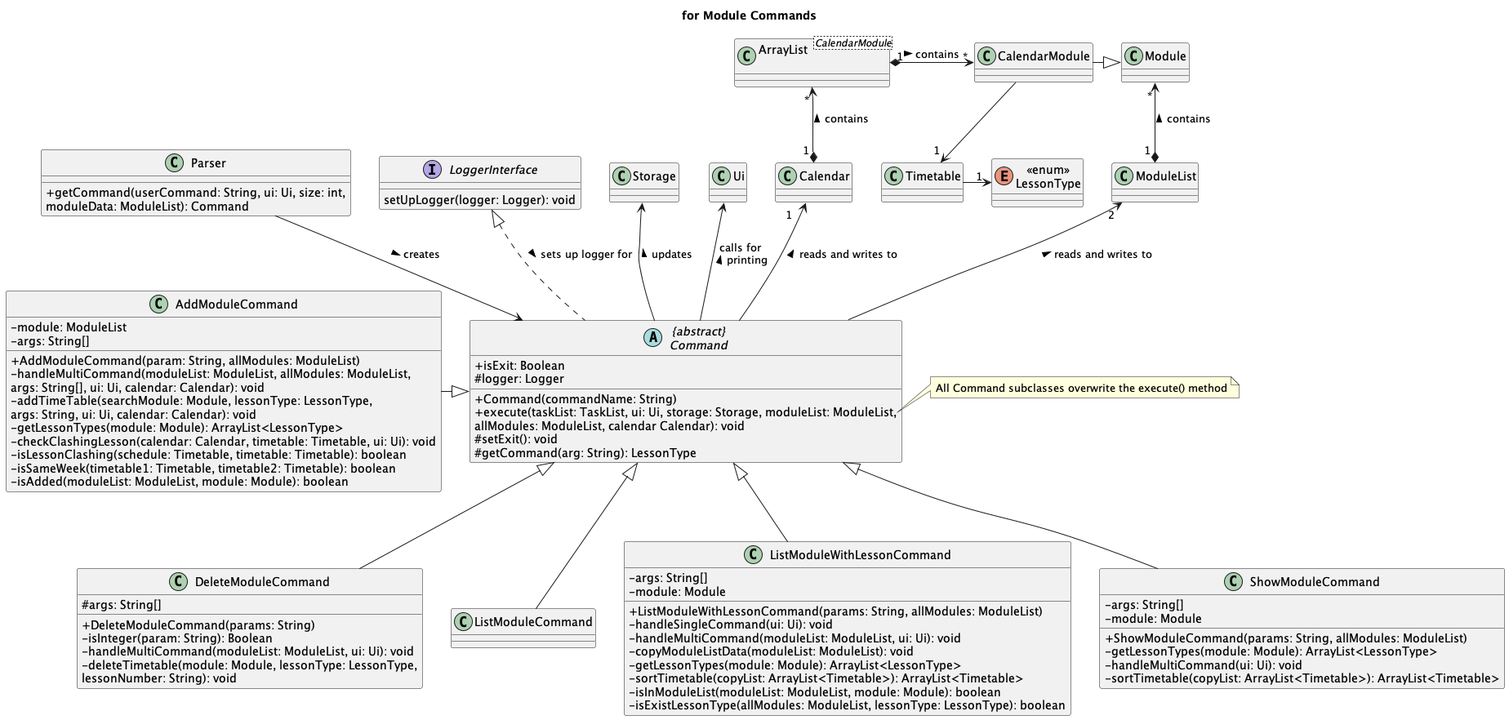
Before: docs/uml-diagrams/Command2-for_Module_Commands.png, a diagram exported from PlantUML (nus-cs2113-AY2223S2/tp).
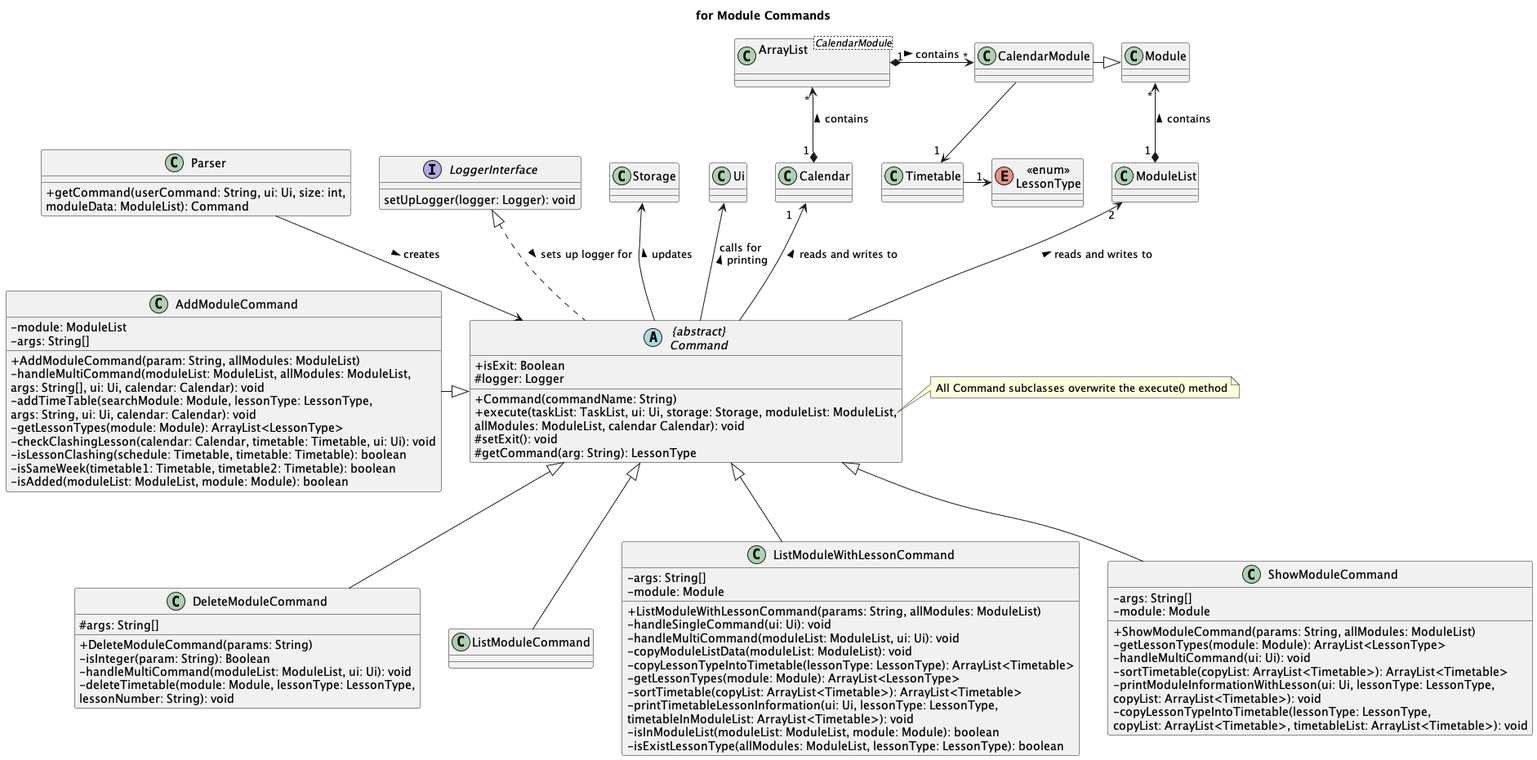
Above is the later version.

Commit message:
Update Command diagram

Diff of the diagram source:
```diff
@@ -64,8 +64,11 @@
 - handleSingleCommand(ui: Ui): void
 - handleMultiCommand(moduleList: ModuleList, ui: Ui): void
 - copyModuleListData(moduleList: ModuleList): void
+- copyLessonTypeIntoTimetable(lessonType: LessonType): ArrayList<Timetable>
 - getLessonTypes(module: Module): ArrayList<LessonType>
 - sortTimetable(copyList: ArrayList<Timetable>): ArrayList<Timetable>
+- printTimetableLessonInformation(ui: Ui, lessonType: LessonType,
+timetableInModuleList: ArrayList<Timetable>): void
 - isInModuleList(moduleList: ModuleList, module: Module): boolean
 - isExistLessonType(allModules: ModuleList, lessonType: LessonType): boolean
 }
@@ -78,13 +81,17 @@
 - getLessonTypes(module: Module): ArrayList<LessonType>
 - handleMultiCommand(ui: Ui): void
 - sortTimetable(copyList: ArrayList<Timetable>): ArrayList<Timetable>
+- printModuleInformationWithLesson(ui: Ui, lessonType: LessonType,
+copyList: ArrayList<Timetable>): void
+- copyLessonTypeIntoTimetable(lessonType: LessonType,
+copyList: ArrayList<Timetable>, timetableList: ArrayList<Timetable>): void
 }
 Command <|-- ShowModuleCommand
 Storage <-- Command : updates <
 Ui <-- Command : calls for \nprinting <
 
+Calendar "1   " <-- Command : reads and writes to <
 class "ArrayList\n<CalendarModule>" as ALModules
-Calendar "1   " <-- Command : reads and writes to <
 ALModules "         *" <--* "1 " Calendar : contains <
 ALModules "1" *-> "*" CalendarModule : contains >
 
```
